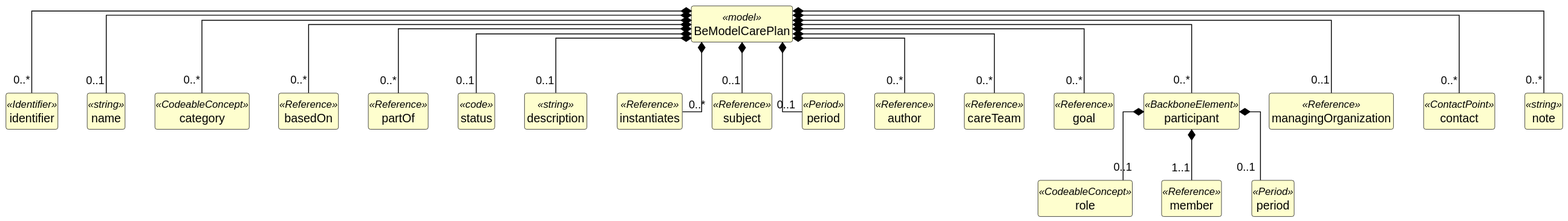
This is exports/diagrams/BeModelCarePlan-uml.svg from caresets/caresets-src, a PlantUML export, as it was before one commit. The source it was exported from:
```plantuml
@startuml
skinparam shadowing false
skinparam classAttributeIconSize 0
skinparam linetype ortho
skinparam class {
  BackgroundColor #FEFECE
  BorderColor #000000
  ArrowColor #000000
  FontStyle bold
  AttributeFontStyle normal
}
hide circle
hide empty members

class "BeModelCarePlan" as BeModelCarePlan <<model>> {
}

class "identifier" as BeModelCarePlan_identifier <<Identifier>> {
}

class "name" as BeModelCarePlan_name <<string>> {
}

class "category" as BeModelCarePlan_category <<CodeableConcept>> {
}

class "basedOn" as BeModelCarePlan_basedOn <<Reference>> {
}

class "partOf" as BeModelCarePlan_partOf <<Reference>> {
}

class "status" as BeModelCarePlan_status <<code>> {
}

class "description" as BeModelCarePlan_description <<string>> {
}

class "instantiates" as BeModelCarePlan_instantiates <<Reference>> {
}

class "subject" as BeModelCarePlan_subject <<Reference>> {
}

class "period" as BeModelCarePlan_period <<Period>> {
}

class "author" as BeModelCarePlan_author <<Reference>> {
}

class "careTeam" as BeModelCarePlan_careTeam <<Reference>> {
}

class "goal" as BeModelCarePlan_goal <<Reference>> {
}

class "participant" as BeModelCarePlan_participant <<BackboneElement>> {
}

class "role" as BeModelCarePlan_participant_role <<CodeableConcept>> {
}

class "member" as BeModelCarePlan_participant_member <<Reference>> {
}

class "period" as BeModelCarePlan_participant_period <<Period>> {
}

class "managingOrganization" as BeModelCarePlan_managingOrganization <<Reference>> {
}

class "contact" as BeModelCarePlan_contact <<ContactPoint>> {
}

class "note" as BeModelCarePlan_note <<string>> {
}

BeModelCarePlan *-- "0..*" BeModelCarePlan_identifier
BeModelCarePlan *-- "0..1" BeModelCarePlan_name
BeModelCarePlan *-- "0..*" BeModelCarePlan_category
BeModelCarePlan *-- "0..*" BeModelCarePlan_basedOn
BeModelCarePlan *-- "0..*" BeModelCarePlan_partOf
BeModelCarePlan *-- "0..1" BeModelCarePlan_status
BeModelCarePlan *-- "0..1" BeModelCarePlan_description
BeModelCarePlan *-- "0..*" BeModelCarePlan_instantiates
BeModelCarePlan *-- "0..1" BeModelCarePlan_subject
BeModelCarePlan *-- "0..1" BeModelCarePlan_period
BeModelCarePlan *-- "0..*" BeModelCarePlan_author
BeModelCarePlan *-- "0..*" BeModelCarePlan_careTeam
BeModelCarePlan *-- "0..*" BeModelCarePlan_goal
BeModelCarePlan *-- "0..*" BeModelCarePlan_participant
BeModelCarePlan_participant *-- "0..1" BeModelCarePlan_participant_role
BeModelCarePlan_participant *-- "1..1" BeModelCarePlan_participant_member
BeModelCarePlan_participant *-- "0..1" BeModelCarePlan_participant_period
BeModelCarePlan *-- "0..1" BeModelCarePlan_managingOrganization
BeModelCarePlan *-- "0..*" BeModelCarePlan_contact
BeModelCarePlan *-- "0..*" BeModelCarePlan_note
@enduml
```
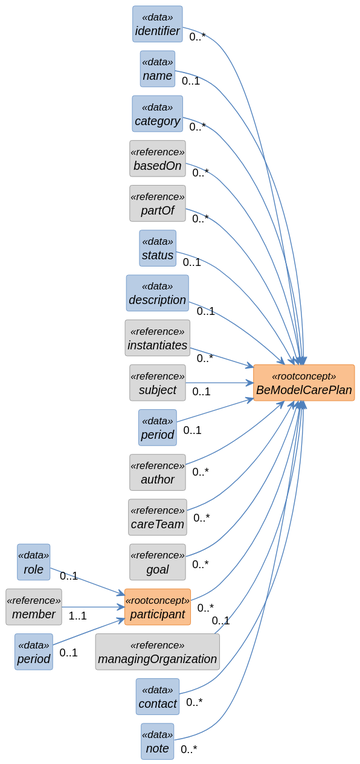
The same file after the commit.

What changed in the source:
```diff
@@ -1,98 +1,105 @@
 @startuml
+left to right direction
 skinparam shadowing false
+skinparam nodesep 10
+skinparam ranksep 40
 skinparam classAttributeIconSize 0
-skinparam linetype ortho
 skinparam class {
-  BackgroundColor #FEFECE
-  BorderColor #000000
-  ArrowColor #000000
-  FontStyle bold
-  AttributeFontStyle normal
+  FontStyle italic
+  BackgroundColor<<rootconcept>> #FAC08F
+  BorderColor<<rootconcept>> #E36C0A
+  BackgroundColor<<data>> #B8CCE4
+  BorderColor<<data>> #4F81BD
+  BackgroundColor<<reference>> #D9D9D9
+  BorderColor<<reference>> #808080
+  BackgroundColor<<value set>> #C3D69B
+  BorderColor<<value set>> #77933C
+  ArrowColor #4F81BD
 }
 hide circle
 hide empty members
 
-class "BeModelCarePlan" as BeModelCarePlan <<model>> {
+class "BeModelCarePlan" as BeModelCarePlan <<rootconcept>> {
 }
 
-class "identifier" as BeModelCarePlan_identifier <<Identifier>> {
+class "identifier" as BeModelCarePlan_identifier <<data>> {
 }
 
-class "name" as BeModelCarePlan_name <<string>> {
+class "name" as BeModelCarePlan_name <<data>> {
 }
 
-class "category" as BeModelCarePlan_category <<CodeableConcept>> {
+class "category" as BeModelCarePlan_category <<data>> {
 }
 
-class "basedOn" as BeModelCarePlan_basedOn <<Reference>> {
+class "basedOn" as BeModelCarePlan_basedOn <<reference>> {
 }
 
-class "partOf" as BeModelCarePlan_partOf <<Reference>> {
+class "partOf" as BeModelCarePlan_partOf <<reference>> {
 }
 
-class "status" as BeModelCarePlan_status <<code>> {
+class "status" as BeModelCarePlan_status <<data>> {
 }
 
-class "description" as BeModelCarePlan_description <<string>> {
+class "description" as BeModelCarePlan_description <<data>> {
 }
 
-class "instantiates" as BeModelCarePlan_instantiates <<Reference>> {
+class "instantiates" as BeModelCarePlan_instantiates <<reference>> {
 }
 
-class "subject" as BeModelCarePlan_subject <<Reference>> {
+class "subject" as BeModelCarePlan_subject <<reference>> {
 }
 
-class "period" as BeModelCarePlan_period <<Period>> {
+class "period" as BeModelCarePlan_period <<data>> {
 }
 
-class "author" as BeModelCarePlan_author <<Reference>> {
+class "author" as BeModelCarePlan_author <<reference>> {
 }
 
-class "careTeam" as BeModelCarePlan_careTeam <<Reference>> {
+class "careTeam" as BeModelCarePlan_careTeam <<reference>> {
 }
 
-class "goal" as BeModelCarePlan_goal <<Reference>> {
+class "goal" as BeModelCarePlan_goal <<reference>> {
 }
 
-class "participant" as BeModelCarePlan_participant <<BackboneElement>> {
+class "participant" as BeModelCarePlan_participant <<rootconcept>> {
 }
 
-class "role" as BeModelCarePlan_participant_role <<CodeableConcept>> {
+class "role" as BeModelCarePlan_participant_role <<data>> {
 }
 
-class "member" as BeModelCarePlan_participant_member <<Reference>> {
+class "member" as BeModelCarePlan_participant_member <<reference>> {
 }
 
-class "period" as BeModelCarePlan_participant_period <<Period>> {
+class "period" as BeModelCarePlan_participant_period <<data>> {
 }
 
-class "managingOrganization" as BeModelCarePlan_managingOrganization <<Reference>> {
+class "managingOrganization" as BeModelCarePlan_managingOrganization <<reference>> {
 }
 
-class "contact" as BeModelCarePlan_contact <<ContactPoint>> {
+class "contact" as BeModelCarePlan_contact <<data>> {
 }
 
-class "note" as BeModelCarePlan_note <<string>> {
+class "note" as BeModelCarePlan_note <<data>> {
 }
 
-BeModelCarePlan *-- "0..*" BeModelCarePlan_identifier
-BeModelCarePlan *-- "0..1" BeModelCarePlan_name
-BeModelCarePlan *-- "0..*" BeModelCarePlan_category
-BeModelCarePlan *-- "0..*" BeModelCarePlan_basedOn
-BeModelCarePlan *-- "0..*" BeModelCarePlan_partOf
-BeModelCarePlan *-- "0..1" BeModelCarePlan_status
-BeModelCarePlan *-- "0..1" BeModelCarePlan_description
-BeModelCarePlan *-- "0..*" BeModelCarePlan_instantiates
-BeModelCarePlan *-- "0..1" BeModelCarePlan_subject
-BeModelCarePlan *-- "0..1" BeModelCarePlan_period
-BeModelCarePlan *-- "0..*" BeModelCarePlan_author
-BeModelCarePlan *-- "0..*" BeModelCarePlan_careTeam
-BeModelCarePlan *-- "0..*" BeModelCarePlan_goal
-BeModelCarePlan *-- "0..*" BeModelCarePlan_participant
-BeModelCarePlan_participant *-- "0..1" BeModelCarePlan_participant_role
-BeModelCarePlan_participant *-- "1..1" BeModelCarePlan_participant_member
-BeModelCarePlan_participant *-- "0..1" BeModelCarePlan_participant_period
-BeModelCarePlan *-- "0..1" BeModelCarePlan_managingOrganization
-BeModelCarePlan *-- "0..*" BeModelCarePlan_contact
-BeModelCarePlan *-- "0..*" BeModelCarePlan_note
+BeModelCarePlan_identifier "0..*" --> BeModelCarePlan
+BeModelCarePlan_name "0..1" --> BeModelCarePlan
+BeModelCarePlan_category "0..*" --> BeModelCarePlan
+BeModelCarePlan_basedOn "0..*" --> BeModelCarePlan
+BeModelCarePlan_partOf "0..*" --> BeModelCarePlan
+BeModelCarePlan_status "0..1" --> BeModelCarePlan
+BeModelCarePlan_description "0..1" --> BeModelCarePlan
+BeModelCarePlan_instantiates "0..*" --> BeModelCarePlan
+BeModelCarePlan_subject "0..1" --> BeModelCarePlan
+BeModelCarePlan_period "0..1" --> BeModelCarePlan
+BeModelCarePlan_author "0..*" --> BeModelCarePlan
+BeModelCarePlan_careTeam "0..*" --> BeModelCarePlan
+BeModelCarePlan_goal "0..*" --> BeModelCarePlan
+BeModelCarePlan_participant "0..*" --> BeModelCarePlan
+BeModelCarePlan_participant_role "0..1" --> BeModelCarePlan_participant
+BeModelCarePlan_participant_member "1..1" --> BeModelCarePlan_participant
+BeModelCarePlan_participant_period "0..1" --> BeModelCarePlan_participant
+BeModelCarePlan_managingOrganization "0..1" --> BeModelCarePlan
+BeModelCarePlan_contact "0..*" --> BeModelCarePlan
+BeModelCarePlan_note "0..*" --> BeModelCarePlan
 @enduml
```
